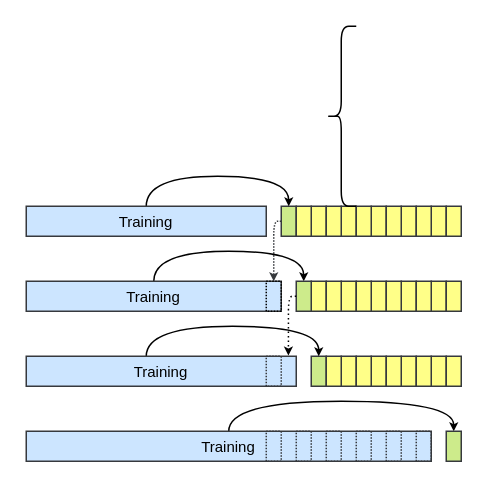
The draw.io diagram page "Page-6" (6 of 6) of Untitled Diagram.drawio in andreasolborg/illustrations, before the edit. Source tidied: cells renumbered, new cells numbered last; positions are measured from the earlier drawing's top-left corner, leaving out a move shared by most shapes. Both pictures are drawn from the tidied source at 150%, with x=0, y=0 at pixel (26, 26).
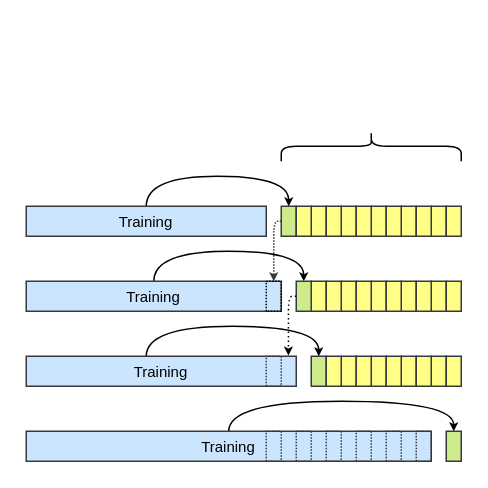
After the change.

What changed in the source:
```diff
@@
-    <mxCell id="54" style="shape=curlyBracket;whiteSpace=wrap;html=1;rounded=1;labelPosition=left;verticalLabelPosition=middle;align=right;verticalAlign=middle;" parent="1" vertex="1">
-      <mxGeometry x="200" width="20" height="120" as="geometry" />
+    <mxCell id="54" style="shape=curlyBracket;whiteSpace=wrap;html=1;rounded=1;labelPosition=left;verticalLabelPosition=middle;align=right;verticalAlign=middle;rotation=90;" parent="1" vertex="1">
+      <mxGeometry x="220" y="20" width="20" height="120" as="geometry" />
     </mxCell>
```
